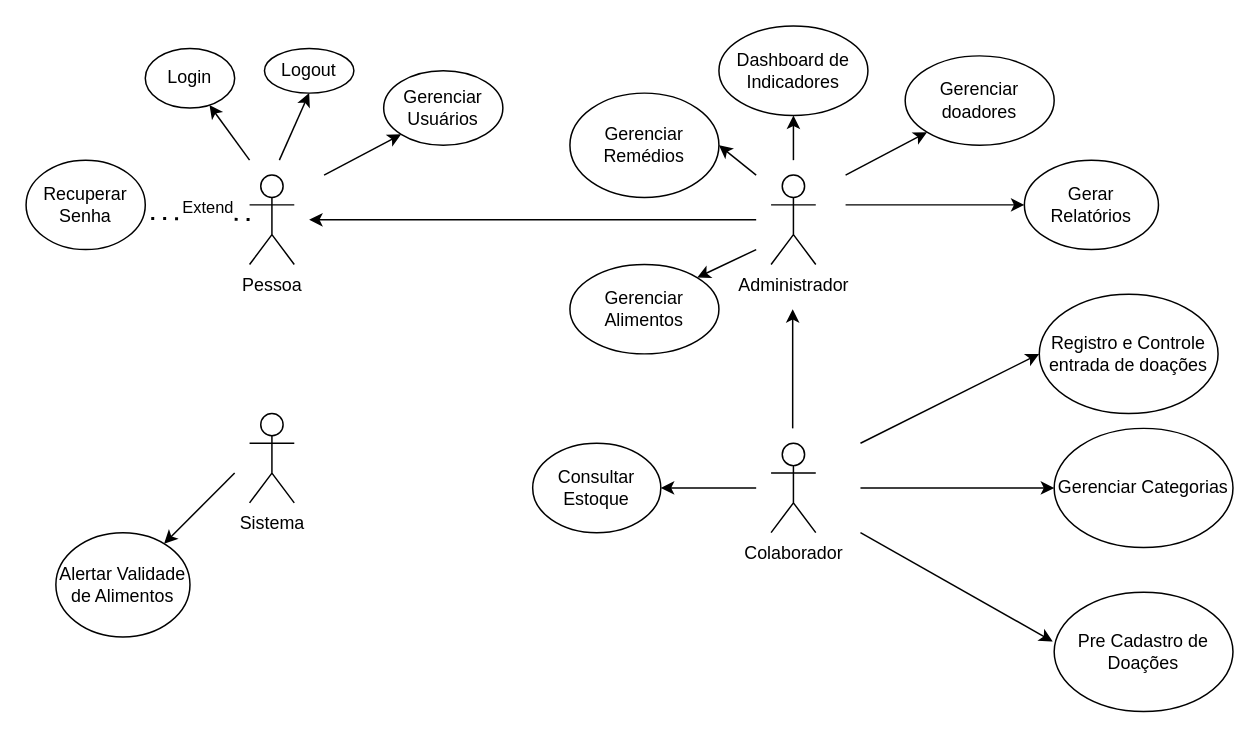
Before: Diagrama sem nome.drawio in I23Rodrigues/ES2N, a draw.io diagram. Source tidied: cells renumbered, new cells numbered last; positions are measured from the earlier drawing's top-left corner, leaving out a move shared by most shapes. Both pictures are drawn from the tidied source at 149%, with x=0, y=0 at pixel (25, 25).
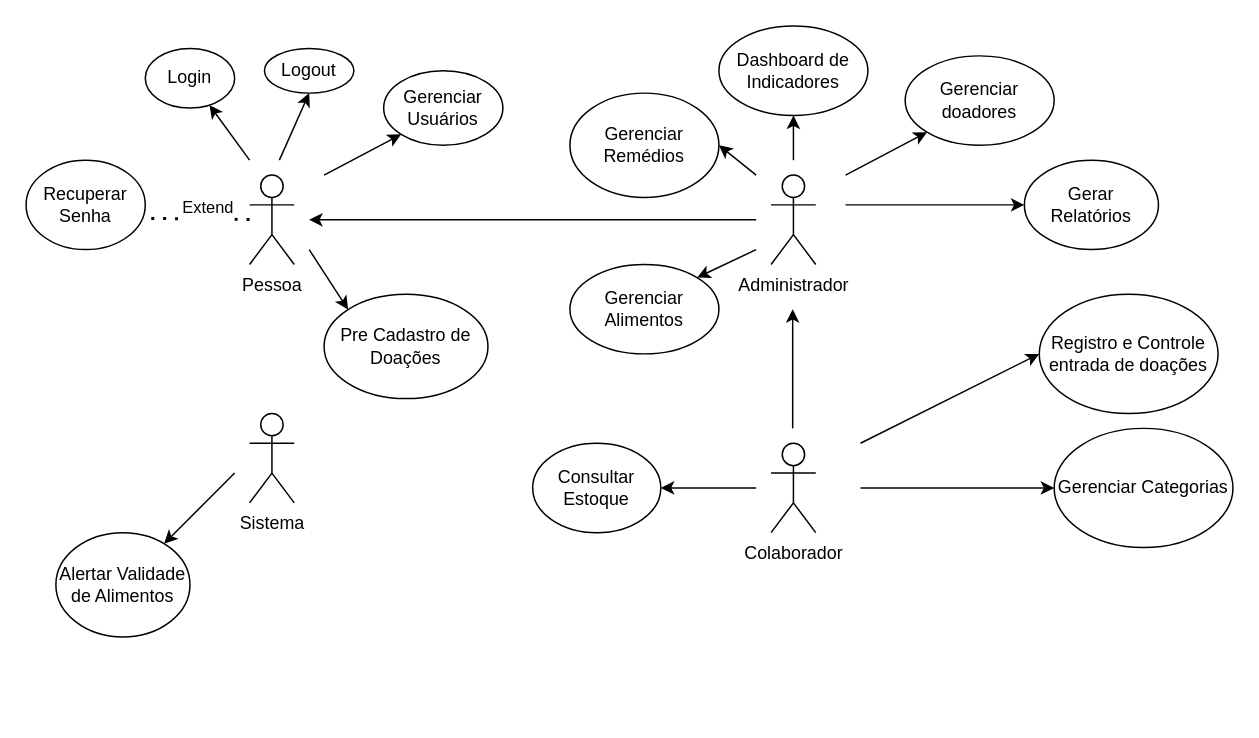
The same page after the edit.

Commit message:
Casos de Uso 0.1.drawio

What changed in the source:
```diff
@@
     <mxCell id="16" value="Pre Cadastro de Doações" style="ellipse;whiteSpace=wrap;html=1;" parent="1" vertex="1">
-      <mxGeometry x="690" y="380" width="120" height="80" as="geometry" />
+      <mxGeometry x="200" y="180" width="110" height="70" as="geometry" />
     </mxCell>
@@
-    <mxCell id="23" style="endArrow=classic;html=1;rounded=0;entryX=-0.008;entryY=0.413;entryDx=0;entryDy=0;entryPerimeter=0;" parent="1" edge="1" target="16">
-      <mxGeometry relative="1" as="geometry">
-        <mxPoint x="560" y="340" as="sourcePoint" />
-      </mxGeometry>
-    </mxCell>
@@
+    <mxCell id="38" style="endArrow=classic;html=1;rounded=0;entryX=0;entryY=0;entryDx=0;entryDy=0;" parent="1" edge="1" target="16">
+      <mxGeometry relative="1" as="geometry">
+        <mxPoint x="190" y="150" as="sourcePoint" />
+      </mxGeometry>
+    </mxCell>
```
